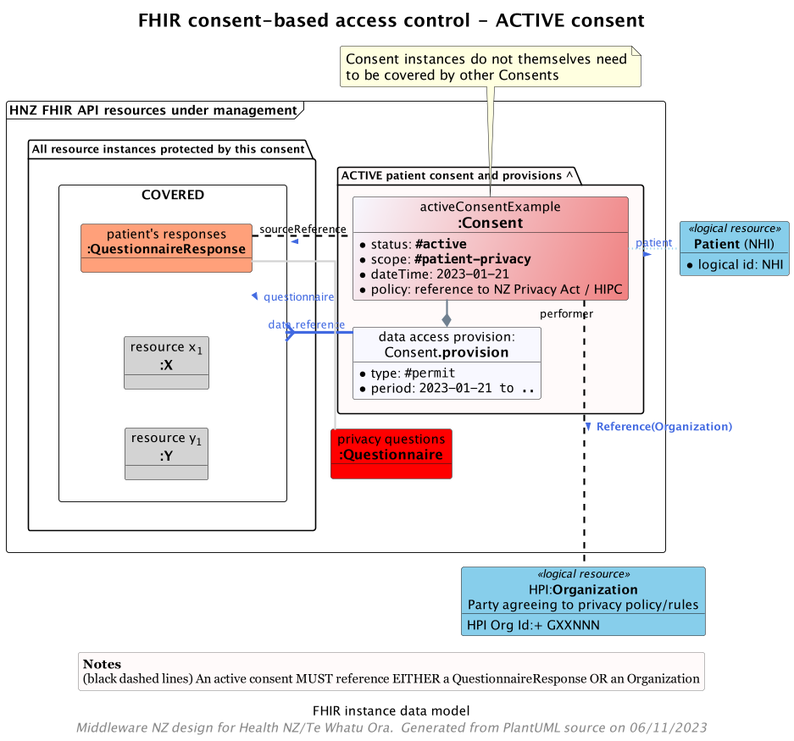
This is input/images/obj-FHIR-data-consent-active.png from tewhatuora/cinc-fhir-ig, a PlantUML export, as it was before one commit.
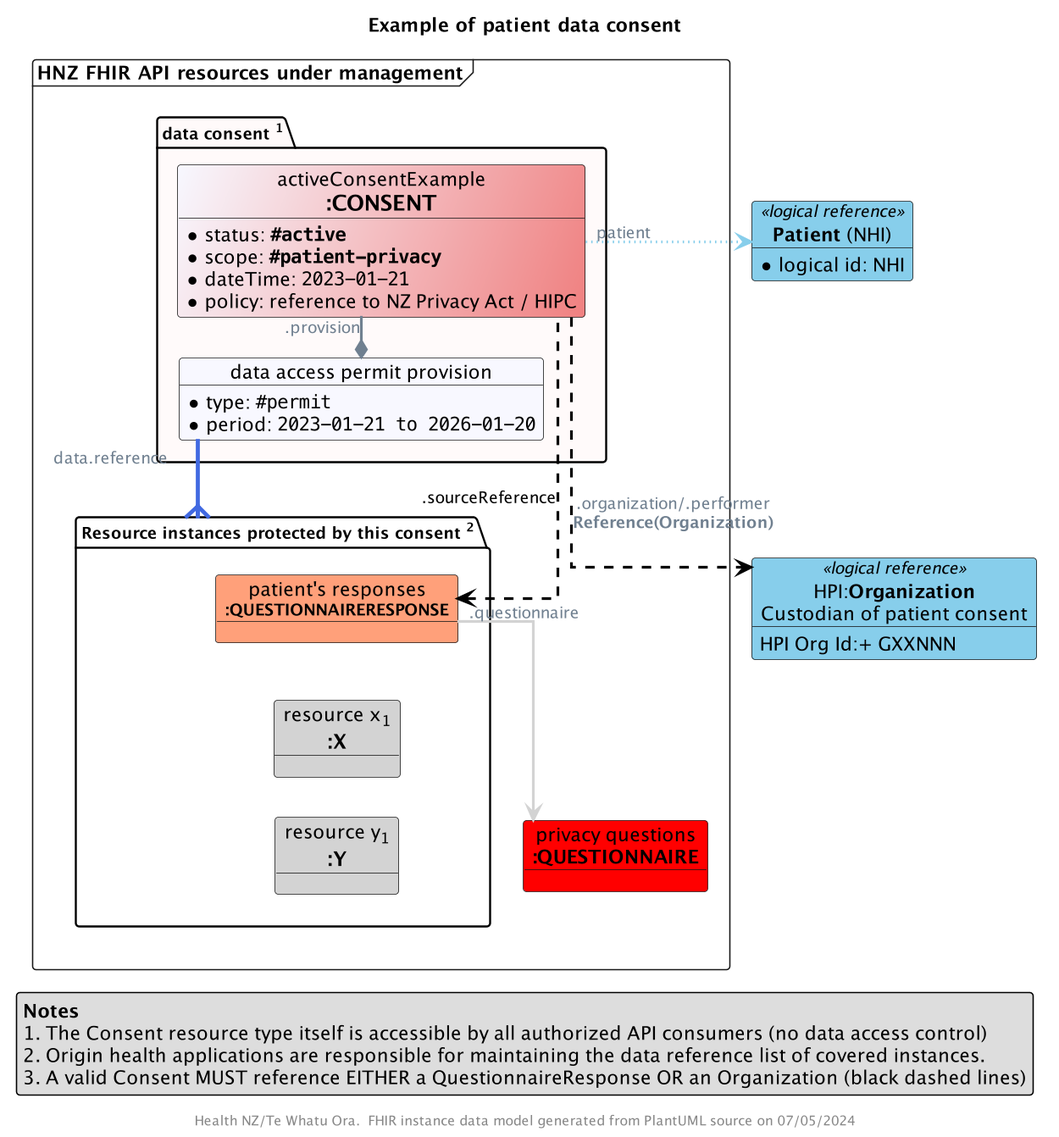
After the commit.

Commit message:
consent data model improvements and added opt-out example

Diff of the diagram source:
```diff
@@ -1,44 +1,24 @@
 @startuml obj-FHIR-data-consent-active
 
-
-
-footer "Middleware NZ design for Health NZ/Te Whatu Ora.  Generated from PlantUML source on %date('dd/MM/yyyy')"
-skinparam FooterFontSize 14
-skinparam FooterFontStyle italic
-
-
-skinparam arrowFontSize 14
-skinparam ArrowMessageAlignment right
-
-skinparam BoxPadding 10
-
-skinparam LegendBackgroundColor #Snow
-skinparam LegendBorderThickness 0.25
-skinparam LegendFontName Georgia
-
-skinparam NoteFontSize 15
-skinparam NoteTextAlignment left
-skinparam NoteBackgroundColor #LightYellow
-
-skinparam roundcorner 5
-
-skinparam TitleFontSize 20
+top to bottom direction
+skinparam dpi 300
+allow_mixing
+scale 400 width
 
 skinparam ActivityDiamondBackgroundColor #RoyalBlue
 skinparam ArrowColor #SlateGrey
+skinparam ArrowFontColor #RoyalBlue
 skinparam ArrowFontColor #SlateGrey
 skinparam ArrowFontSize 12
 skinparam ArrowMessageAlignment left
-
+skinparam BoxPadding 10
+skinparam linetype ortho
+skinparam nodesep 30
+skinparam ranksep 30
+skinparam roundcorner 5
 skinparam sequenceArrowThickness 2
 
-skinparam BoxPadding 10
-skinparam roundcorner 5
-
-skinparam nodesep 15 ' component left-right spacing
-skinparam ranksep 15 ' component up-down spacing
-
-caption FHIR instance data model
+title Example of patient data consent
 
 !procedure $Coding($Alias,$System,$Code,$Display)
   object "<color:GhostWhite>$System" as $Alias #MediumPurple {
@@ -46,88 +26,61 @@
   }
 !endprocedure
 
-!procedure $ObjectDiagramLegendWithNote($heading,$noteline)
-
-  legend bottom
-    **$heading**
-    $noteline
-  endlegend
-
-!endprocedure
-
-
-top to bottom direction
-
-skinparam nodesep 30
-skinparam ranksep 30
-
-skinparam dpi 300
-scale 300 width
-skinparam linetype ortho
-skinparam ArrowFontColor #RoyalBlue
-allow_mixing
-
-title "FHIR consent-based access control - ACTIVE consent"
-
 frame "HNZ FHIR API resources under management" as HNZMain {
 
-  package "<size:12>ACTIVE patient consent and provisions ^" as ACTIVE #Snow {
+  package "<size:12>data consent <sup>1</sup>" as ACTIVE #Snow {
 
-    object "activeConsentExample\n<size:16>**:Consent**" as CONSENT #GhostWhite/LightCoral {
+    object "activeConsentExample\n<size:16>**:CONSENT**" as CONSENT #GhostWhite/LightCoral {
       * status: ""**#active**""
       * scope: ""**#patient-privacy**""
       * dateTime: ""2023-01-21""
       * policy: reference to NZ Privacy Act / HIPC
     }
 
-    object "data access provision:\n<size:15>Consent**.provision**" as DAP #GhostWhite {
+    object "data access permit provision" as DAP #GhostWhite {
       * type: ""#permit""
-      * period: ""2023-01-21 to ..""
+      * period: ""2023-01-21 to 2026-01-20""
     }
 
   }
 
-  object "privacy questions\n<size:15>**:Questionnaire**" as Q #Red
+  object "privacy questions\n<size:14>**:QUESTIONNAIRE**" as Q #Red
 
-  package "<size:12>All resource instances protected by this consent" {
-    rectangle COVERED {
-      object "patient's responses\n<size:14>**:QuestionnaireResponse**" as QRC #LightSalmon
-      object "resource x<sub>1</sub>\n**<size:15>:X**" as AnyResource #LightGray
-      object "resource y<sub>1</sub>\n**<size:15>:Y**" as AnotherResource #LightGray
-    }
+  package "<size:12>Resource instances protected by this consent <sup>2</sup>" as COVERED {
+    object "patient's responses\n<size:12>**:QUESTIONNAIRERESPONSE**" as QRC #LightSalmon
+    object "resource x<sub>1</sub>\n**<size:15>:X**" as AnyResource #LightGray
+    object "resource y<sub>1</sub>\n**<size:15>:Y**" as AnotherResource #LightGray
     QRC -[hidden]d- AnyResource
     AnyResource -[hidden]d- AnotherResource
   }
 
 
-  DAP "data.reference" -[thickness=3,#RoyalBlue]l--{ COVERED
-
+  DAP "data.reference" -[thickness=3,#RoyalBlue]--{ COVERED
 
 }
 
-object "**Patient** (NHI)" as Patient <<logical resource>> #SkyBlue {
+object "**Patient** (NHI)" as Patient <<logical reference>> #SkyBlue {
   * logical id: NHI
 }
 
-object "HPI:**Organization**\nParty agreeing to privacy policy/rules" as HPI <<logical resource>> #SkyBlue {
+object "HPI:**Organization**\nCustodian of patient consent" as HPI <<logical reference>> #SkyBlue {
   HPI Org Id:+ GXXNNN
 }
 
-CONSENT -d-* DAP
-CONSENT "<color:#Black>sourceReference" -[dashed,#Black]l- QRC: >
-CONSENT "patient" -[dotted,#SkyBlue]r- Patient: >
-CONSENT "<color:#Black>performer" -[dashed,#Black]--- HPI: **Reference(Organization)** >
-QRC -[#LightGray]-- Q: questionnaire >
+CONSENT -d-* DAP : "".provision""
+CONSENT -[dashed,#Black]l-> QRC: <color:#Black>.sourceReference
+CONSENT "patient" -[dotted,#SkyBlue]r-> Patient
+CONSENT -[dashed,#Black]---> HPI: .organization/.performer\n**Reference(Organization)**
+QRC ".questionnaire" -[#LightGray]--> Q
 
-  note as N1
-    Consent instances do not themselves need
-    to be covered by other Consents
-  end note
+legend bottom
+  **Notes**
+  1. The Consent resource type itself is accessible by all authorized API consumers (no data access control)
+  2. Origin health applications are responsible for maintaining the data reference list of covered instances.
+  3. A valid Consent MUST reference EITHER a QuestionnaireResponse OR an Organization (black dashed lines)
+endlegend
 
-N1 .d. CONSENT
 
-$ObjectDiagramLegendWithNote("Notes","(black dashed lines) An active consent MUST reference EITHER a QuestionnaireResponse OR an Organization")
-
-footer "Middleware NZ design for Health NZ/Te Whatu Ora.  Generated from PlantUML source on %date('dd/MM/yyyy')"
+footer "Health NZ/Te Whatu Ora.  FHIR instance data model generated from PlantUML source on %date('dd/MM/yyyy')"
 
 @enduml
```
